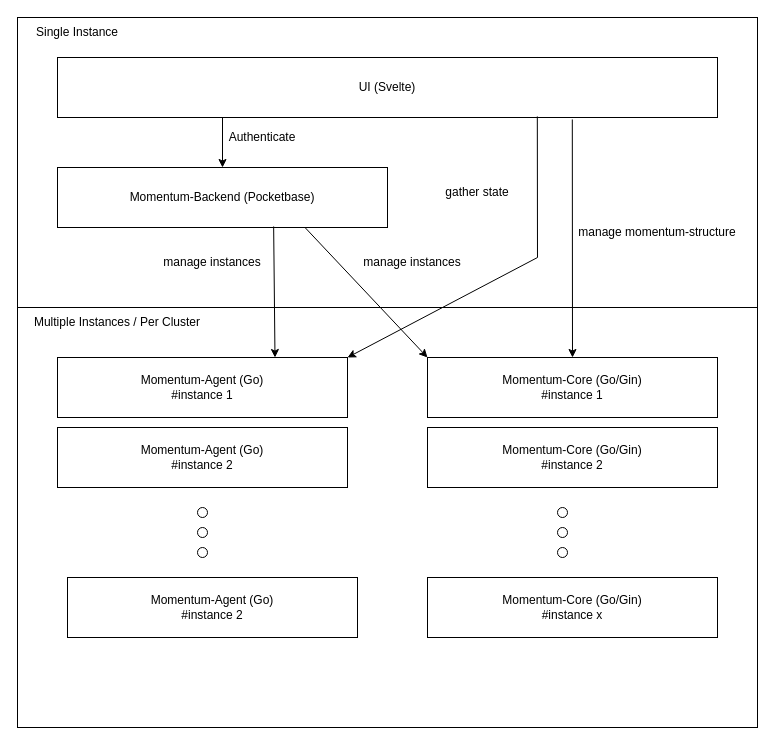
This is assets/architecture.drawio from natrontech/momentum, a draw.io file, before an edit. Source tidied: cells renumbered, new cells numbered last; positions are measured from the earlier drawing's top-left corner, leaving out a move shared by most shapes. Both pictures are drawn from the tidied source at 100%, with x=0, y=0 at pixel (17, 17).
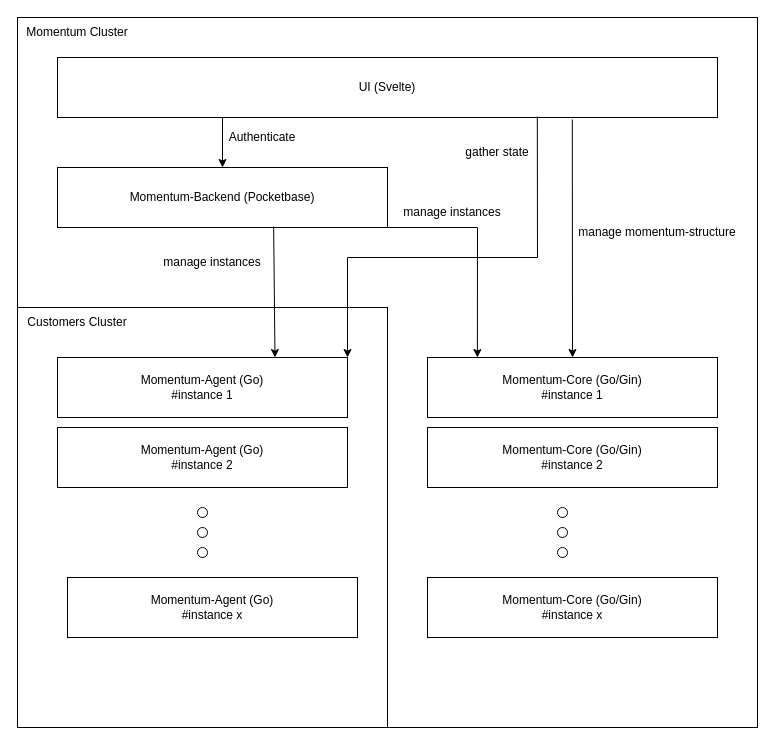
The same diagram, later.

Commit message:
docs: update architecture diagram

Unchanged cells that the change refers to:
```xml
<mxCell id="4" value="UI (Svelte)" style="rounded=0;whiteSpace=wrap;html=1;" parent="1" vertex="1">
  <mxGeometry x="40" y="40" width="660" height="60" as="geometry" />
</mxCell>
<mxCell id="5" value="&lt;div&gt;Momentum-Backend (Pocketbase)&lt;/div&gt;" style="rounded=0;whiteSpace=wrap;html=1;" parent="1" vertex="1">
  <mxGeometry x="40" y="150" width="330" height="60" as="geometry" />
</mxCell>
<mxCell id="6" value="&lt;div&gt;Momentum-Core (Go/Gin)&lt;/div&gt;&lt;div&gt;#instance 1&lt;br&gt;&lt;/div&gt;" style="rounded=0;whiteSpace=wrap;html=1;" parent="1" vertex="1">
  <mxGeometry x="410" y="340" width="290" height="60" as="geometry" />
</mxCell>
<mxCell id="13" value="&lt;div&gt;Momentum-Agent (Go)&lt;/div&gt;&lt;div&gt;#instance 1&lt;/div&gt;" style="rounded=0;whiteSpace=wrap;html=1;" parent="1" vertex="1">
  <mxGeometry x="40" y="340" width="290" height="60" as="geometry" />
</mxCell>
```

Change to the diagram source:
```diff
@@
     <mxCell id="2" style="rounded=0;whiteSpace=wrap;html=1;fillColor=none;" parent="1" vertex="1">
-      <mxGeometry y="290" width="740" height="420" as="geometry" />
+      <mxGeometry y="290" width="370" height="420" as="geometry" />
     </mxCell>
     <mxCell id="3" style="rounded=0;whiteSpace=wrap;html=1;fillColor=none;" parent="1" vertex="1">
-      <mxGeometry width="740" height="290" as="geometry" />
+      <mxGeometry width="740" height="710" as="geometry" />
     </mxCell>
@@
-    <mxCell id="15" value="&lt;div&gt;Momentum-Agent (Go)&lt;/div&gt;&lt;div&gt;#instance 2&lt;br&gt;&lt;/div&gt;" style="rounded=0;whiteSpace=wrap;html=1;" parent="1" vertex="1">
+    <mxCell id="15" value="&lt;div&gt;Momentum-Agent (Go)&lt;/div&gt;&lt;div&gt;#instance x&lt;br&gt;&lt;/div&gt;" style="rounded=0;whiteSpace=wrap;html=1;" parent="1" vertex="1">
       <mxGeometry x="50" y="560" width="290" height="60" as="geometry" />
     </mxCell>
@@
-    <mxCell id="19" value="Single Instance" style="text;html=1;strokeColor=none;fillColor=none;align=center;verticalAlign=middle;whiteSpace=wrap;rounded=0;" parent="1" vertex="1">
+    <mxCell id="19" value="Momentum Cluster" style="text;html=1;strokeColor=none;fillColor=none;align=center;verticalAlign=middle;whiteSpace=wrap;rounded=0;" parent="1" vertex="1">
       <mxGeometry width="120" height="30" as="geometry" />
     </mxCell>
-    <mxCell id="20" value="Multiple Instances / Per Cluster" style="text;html=1;strokeColor=none;fillColor=none;align=center;verticalAlign=middle;whiteSpace=wrap;rounded=0;" parent="1" vertex="1">
-      <mxGeometry y="290" width="200" height="30" as="geometry" />
+    <mxCell id="20" value="Customers Cluster" style="text;html=1;strokeColor=none;fillColor=none;align=center;verticalAlign=middle;whiteSpace=wrap;rounded=0;" parent="1" vertex="1">
+      <mxGeometry y="290" width="120" height="30" as="geometry" />
     </mxCell>
@@
-    <mxCell id="22" style="endArrow=classic;html=1;rounded=0;exitX=0.75;exitY=1;exitDx=0;exitDy=0;entryX=0;entryY=0;entryDx=0;entryDy=0;" parent="1" edge="1" source="5" target="6">
-      <mxGeometry relative="1" as="geometry" />
+    <mxCell id="22" style="endArrow=classic;html=1;rounded=0;exitX=1;exitY=1;exitDx=0;exitDy=0;entryX=0.172;entryY=0;entryDx=0;entryDy=0;entryPerimeter=0;" parent="1" edge="1" source="5" target="6">
+      <mxGeometry relative="1" as="geometry">
+        <Array as="points">
+          <mxPoint x="460" y="210" />
+        </Array>
+      </mxGeometry>
     </mxCell>
@@
     <mxCell id="25" value="manage instances" style="text;html=1;strokeColor=none;fillColor=none;align=center;verticalAlign=middle;whiteSpace=wrap;rounded=0;" parent="1" vertex="1">
-      <mxGeometry x="340" y="230" width="110" height="30" as="geometry" />
+      <mxGeometry x="380" y="180" width="110" height="30" as="geometry" />
     </mxCell>
@@
     <mxCell id="29" style="endArrow=classic;html=1;rounded=0;entryX=1;entryY=0;entryDx=0;entryDy=0;exitX=0.727;exitY=0.983;exitDx=0;exitDy=0;exitPerimeter=0;" parent="1" edge="1" source="4" target="13">
       <mxGeometry relative="1" as="geometry">
         <Array as="points">
           <mxPoint x="520" y="240" />
+          <mxPoint x="330" y="240" />
         </Array>
       </mxGeometry>
     </mxCell>
     <mxCell id="30" value="gather state" style="text;html=1;strokeColor=none;fillColor=none;align=center;verticalAlign=middle;whiteSpace=wrap;rounded=0;" parent="1" vertex="1">
-      <mxGeometry x="400" y="170" width="120" height="10" as="geometry" />
+      <mxGeometry x="420" y="130" width="120" height="10" as="geometry" />
     </mxCell>
```
